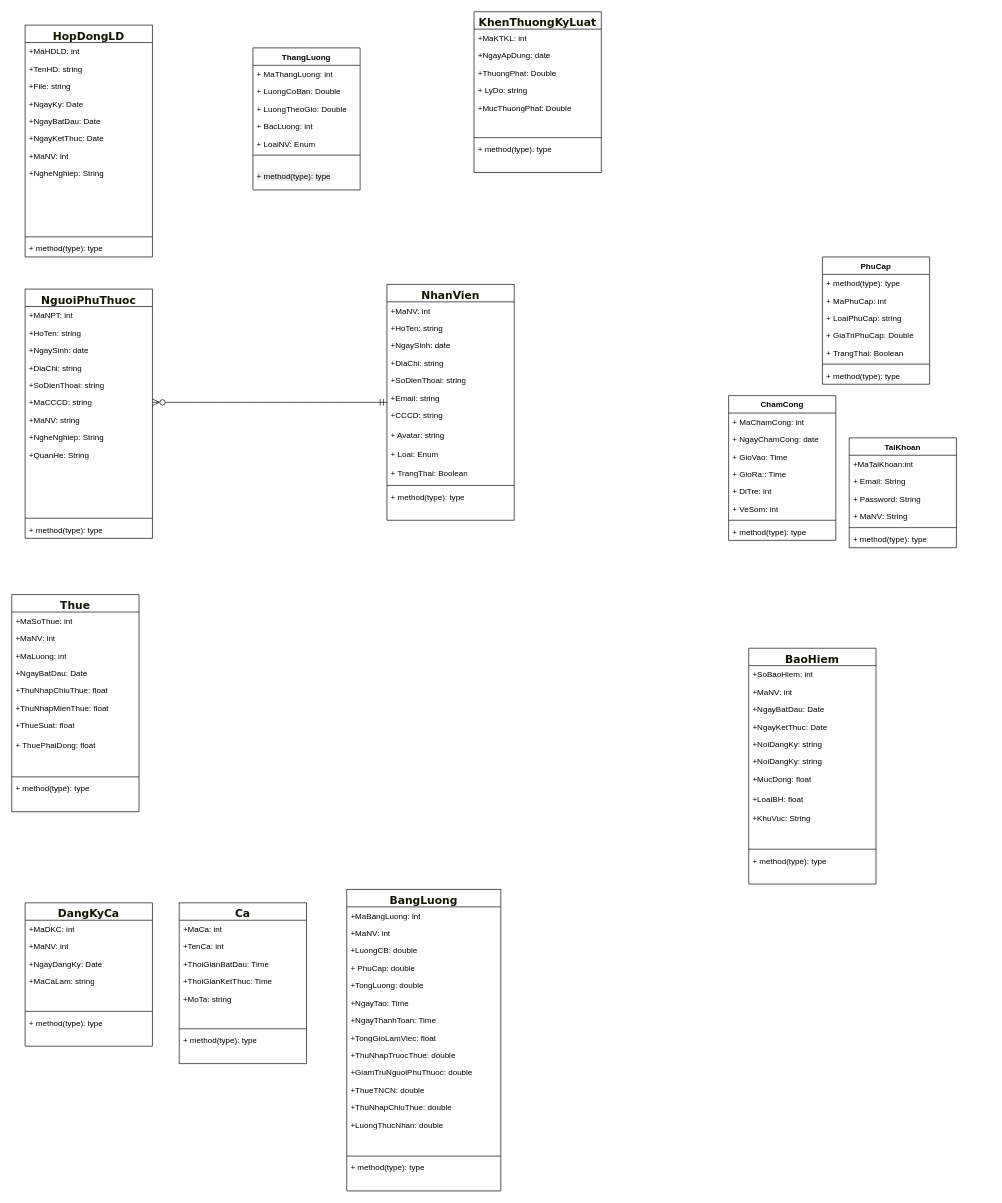
This is Biểu đồ không có tiêu đề.drawio from NguyenMint/LVTN, a draw.io file, before an edit. Source tidied: cells renumbered, new cells numbered last; positions are measured from the earlier drawing's top-left corner, leaving out a move shared by most shapes. Both pictures are drawn from the tidied source at 67%, with x=0, y=0 at pixel (11, 11).
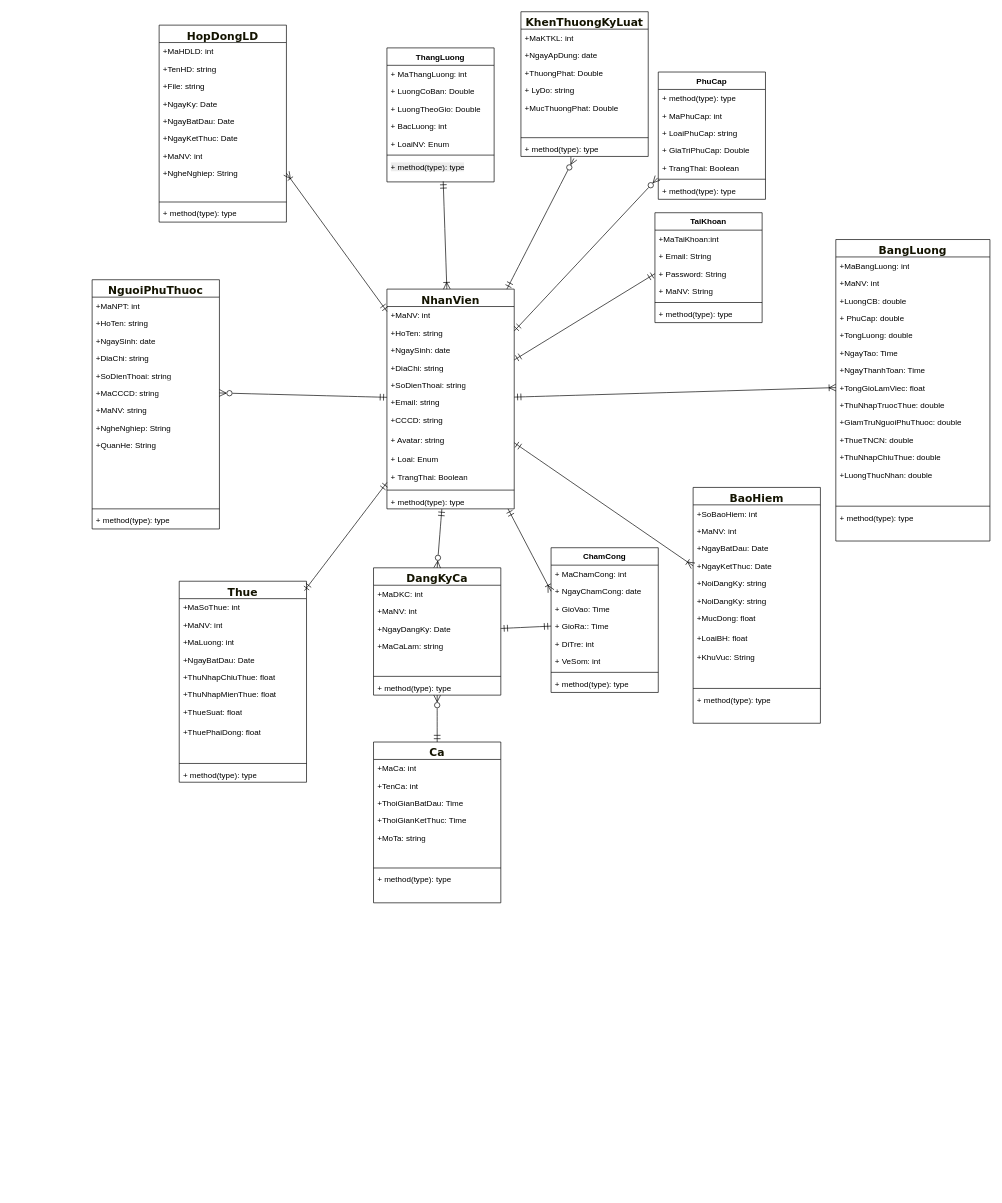
The same diagram, later.

Commit message (it also covers changes not shown here):
Cập nhật Biểu đồ không có tiêu đề.drawio

Unchanged cells that the change refers to:
```xml
<mxCell id="40" value="+NgheNghiep: String" style="text;strokeColor=none;fillColor=none;align=left;verticalAlign=top;spacingLeft=4;spacingRight=4;overflow=hidden;points=[[0,0.5],[1,0.5]];portConstraint=eastwest;whiteSpace=wrap;html=1;" parent="32" vertex="1">
  <mxGeometry y="208" width="190" height="26" as="geometry" />
</mxCell>
<mxCell id="54" value="+ method(type): type" style="text;strokeColor=none;fillColor=none;align=left;verticalAlign=top;spacingLeft=4;spacingRight=4;overflow=hidden;points=[[0,0.5],[1,0.5]];portConstraint=eastwest;whiteSpace=wrap;html=1;" parent="46" vertex="1">
  <mxGeometry y="192" width="190" height="24" as="geometry" />
</mxCell>
<mxCell id="61" value="+ TrangThai: Boolean" style="text;strokeColor=none;fillColor=none;align=left;verticalAlign=top;spacingLeft=4;spacingRight=4;overflow=hidden;points=[[0,0.5],[1,0.5]];portConstraint=eastwest;whiteSpace=wrap;html=1;" parent="56" vertex="1">
  <mxGeometry y="130" width="160" height="26" as="geometry" />
</mxCell>
<mxCell id="89" value="+NgayKetThuc: Date" style="text;strokeColor=none;fillColor=none;align=left;verticalAlign=top;spacingLeft=4;spacingRight=4;overflow=hidden;points=[[0,0.5],[1,0.5]];portConstraint=eastwest;whiteSpace=wrap;html=1;" parent="85" vertex="1">
  <mxGeometry y="104" width="190" height="26" as="geometry" />
</mxCell>
<mxCell id="126" value="+TongGioLamViec: float" style="text;strokeColor=none;fillColor=none;align=left;verticalAlign=top;spacingLeft=4;spacingRight=4;overflow=hidden;points=[[0,0.5],[1,0.5]];portConstraint=eastwest;whiteSpace=wrap;html=1;" parent="118" vertex="1">
  <mxGeometry y="208" width="230" height="26" as="geometry" />
</mxCell>
<mxCell id="138" value="+ NgayChamCong: date&lt;div&gt;&lt;br&gt;&lt;/div&gt;" style="text;strokeColor=none;fillColor=none;align=left;verticalAlign=top;spacingLeft=4;spacingRight=4;overflow=hidden;points=[[0,0.5],[1,0.5]];portConstraint=eastwest;whiteSpace=wrap;html=1;" parent="136" vertex="1">
  <mxGeometry y="52" width="160" height="26" as="geometry" />
</mxCell>
<mxCell id="140" value="+ GioRa:: Time&lt;div&gt;&lt;br&gt;&lt;/div&gt;" style="text;strokeColor=none;fillColor=none;align=left;verticalAlign=top;spacingLeft=4;spacingRight=4;overflow=hidden;points=[[0,0.5],[1,0.5]];portConstraint=eastwest;whiteSpace=wrap;html=1;" parent="136" vertex="1">
  <mxGeometry y="104" width="160" height="26" as="geometry" />
</mxCell>
<mxCell id="148" value="+ Password: String" style="text;strokeColor=none;fillColor=none;align=left;verticalAlign=top;spacingLeft=4;spacingRight=4;overflow=hidden;points=[[0,0.5],[1,0.5]];portConstraint=eastwest;whiteSpace=wrap;html=1;" parent="145" vertex="1">
  <mxGeometry y="78" width="160" height="26" as="geometry" />
</mxCell>
```

Change to the diagram source:
```diff
@@
+    <mxCell id="152" style="edgeStyle=none;curved=1;rounded=0;jettySize=auto;html=1;entryX=1;entryY=0.5;entryDx=0;entryDy=0;fontSize=12;startSize=8;endSize=8;endArrow=ERoneToMany;endFill=0;startArrow=ERmandOne;startFill=0;" parent="1" edge="1" source="3" target="40">
+      <mxGeometry relative="1" as="geometry" />
+    </mxCell>
+    <mxCell id="153" style="edgeStyle=none;curved=1;rounded=0;jettySize=auto;html=1;entryX=0;entryY=0.5;entryDx=0;entryDy=0;fontSize=12;startSize=8;endSize=8;endArrow=ERmandOne;endFill=0;startArrow=ERmandOne;startFill=0;" parent="1" edge="1" source="3" target="148">
+      <mxGeometry relative="1" as="geometry" />
+    </mxCell>
+    <mxCell id="154" style="edgeStyle=none;curved=1;rounded=0;jettySize=auto;html=1;entryX=0;entryY=0.5;entryDx=0;entryDy=0;fontSize=12;startSize=8;endSize=8;endArrow=ERoneToMany;endFill=0;startArrow=ERmandOne;startFill=0;" parent="1" edge="1" source="3" target="138">
+      <mxGeometry relative="1" as="geometry" />
+    </mxCell>
+    <mxCell id="155" style="edgeStyle=none;curved=1;rounded=0;jettySize=auto;html=1;entryX=0;entryY=0.5;entryDx=0;entryDy=0;fontSize=12;startSize=8;endSize=8;endArrow=ERoneToMany;endFill=0;startArrow=ERmandOne;startFill=0;" parent="1" edge="1" source="3" target="89">
+      <mxGeometry relative="1" as="geometry" />
+    </mxCell>
     <mxCell id="3" value="&lt;span style=&quot;color: rgb(19, 19, 0); font-family: &amp;quot;trebuchet ms&amp;quot;, verdana, arial, sans-serif; font-size: 16px; text-wrap-mode: nowrap;&quot;&gt;NhanVien&lt;/span&gt;" style="swimlane;fontStyle=1;align=center;verticalAlign=top;horizontal=1;startSize=26;whiteSpace=wrap;html=1;swimlaneLine=1;" parent="1" vertex="1">
-      <mxGeometry x="560" y="407" width="190" height="352" as="geometry" />
+      <mxGeometry x="560" y="414" width="190" height="328" as="geometry" />
     </mxCell>
@@
-    <mxCell id="16" style="text;strokeColor=none;fillColor=none;align=left;verticalAlign=top;spacingLeft=4;spacingRight=4;overflow=hidden;whiteSpace=wrap;html=1;" parent="3" vertex="1">
-      <mxGeometry y="328" width="190" height="24" as="geometry" />
-    </mxCell>
     <mxCell id="17" value="&lt;span style=&quot;color: rgb(19, 19, 0); font-family: &amp;quot;trebuchet ms&amp;quot;, verdana, arial, sans-serif; font-size: 16px; text-wrap-mode: nowrap;&quot;&gt;NguoiPhuThuoc&lt;/span&gt;" style="swimlane;fontStyle=1;align=center;verticalAlign=top;horizontal=1;startSize=26;whiteSpace=wrap;html=1;" parent="1" vertex="1">
-      <mxGeometry x="20" y="414" width="190" height="372" as="geometry" />
+      <mxGeometry x="120" y="400" width="190" height="372" as="geometry" />
     </mxCell>
@@
     <mxCell id="32" value="&lt;span style=&quot;color: rgb(19, 19, 0); font-family: &amp;quot;trebuchet ms&amp;quot;, verdana, arial, sans-serif; font-size: 16px; text-wrap-mode: nowrap;&quot;&gt;HopDongLD&lt;/span&gt;" style="swimlane;fontStyle=1;align=center;verticalAlign=top;horizontal=1;startSize=26;whiteSpace=wrap;html=1;" parent="1" vertex="1">
-      <mxGeometry x="20" y="20" width="190" height="346" as="geometry" />
+      <mxGeometry x="220" y="20" width="190" height="294" as="geometry" />
     </mxCell>
@@
-    <mxCell id="41" style="text;strokeColor=none;fillColor=none;align=left;verticalAlign=top;spacingLeft=4;spacingRight=4;overflow=hidden;whiteSpace=wrap;html=1;" parent="32" vertex="1">
-      <mxGeometry y="234" width="190" height="26" as="geometry" />
-    </mxCell>
-    <mxCell id="42" style="text;strokeColor=none;fillColor=none;align=left;verticalAlign=top;spacingLeft=4;spacingRight=4;overflow=hidden;whiteSpace=wrap;html=1;" parent="32" vertex="1">
-      <mxGeometry y="260" width="190" height="26" as="geometry" />
-    </mxCell>
     <mxCell id="43" style="text;strokeColor=none;fillColor=none;align=left;verticalAlign=top;spacingLeft=4;spacingRight=4;overflow=hidden;whiteSpace=wrap;html=1;" parent="32" vertex="1">
-      <mxGeometry y="286" width="190" height="26" as="geometry" />
+      <mxGeometry y="234" width="190" height="26" as="geometry" />
     </mxCell>
     <mxCell id="44" style="line;strokeWidth=1;fillColor=none;align=left;verticalAlign=middle;spacingTop=-1;spacingLeft=3;spacingRight=3;labelPosition=right;strokeColor=inherit;" parent="32" vertex="1">
-      <mxGeometry y="312" width="190" height="8" as="geometry" />
+      <mxGeometry y="260" width="190" height="8" as="geometry" />
     </mxCell>
     <mxCell id="45" value="+ method(type): type" style="text;strokeColor=none;fillColor=none;align=left;verticalAlign=top;spacingLeft=4;spacingRight=4;overflow=hidden;whiteSpace=wrap;html=1;" parent="32" vertex="1">
-      <mxGeometry y="320" width="190" height="26" as="geometry" />
+      <mxGeometry y="268" width="190" height="26" as="geometry" />
     </mxCell>
     <mxCell id="46" value="&lt;font face=&quot;trebuchet ms, verdana, arial, sans-serif&quot; color=&quot;#131300&quot;&gt;&lt;span style=&quot;font-size: 16px; text-wrap-mode: nowrap;&quot;&gt;KhenThuongKyLuat&lt;/span&gt;&lt;/font&gt;" style="swimlane;fontStyle=1;align=center;verticalAlign=top;horizontal=1;startSize=26;whiteSpace=wrap;html=1;" parent="1" vertex="1">
-      <mxGeometry x="690" width="190" height="240" as="geometry" />
+      <mxGeometry x="760" width="190" height="216" as="geometry" />
     </mxCell>
@@
-    <mxCell id="55" style="text;strokeColor=none;fillColor=none;align=left;verticalAlign=top;spacingLeft=4;spacingRight=4;overflow=hidden;whiteSpace=wrap;html=1;" parent="46" vertex="1">
-      <mxGeometry y="216" width="190" height="24" as="geometry" />
-    </mxCell>
     <mxCell id="56" value="PhuCap" style="swimlane;fontStyle=1;align=center;verticalAlign=top;horizontal=1;startSize=26;whiteSpace=wrap;html=1;" parent="1" vertex="1">
-      <mxGeometry x="1210" y="366" width="160" height="190" as="geometry" />
+      <mxGeometry x="965" y="90" width="160" height="190" as="geometry" />
     </mxCell>
@@
     <mxCell id="64" value="ThangLuong" style="swimlane;fontStyle=1;align=center;verticalAlign=top;horizontal=1;startSize=26;whiteSpace=wrap;html=1;" parent="1" vertex="1">
-      <mxGeometry x="360" y="54" width="160" height="212" as="geometry" />
+      <mxGeometry x="560" y="54" width="160" height="200" as="geometry" />
     </mxCell>
@@
-    <mxCell id="71" value="&#10;&lt;span style=&quot;color: rgb(0, 0, 0); font-family: Helvetica; font-size: 12px; font-style: normal; font-variant-ligatures: normal; font-variant-caps: normal; font-weight: 400; letter-spacing: normal; orphans: 2; text-align: left; text-indent: 0px; text-transform: none; widows: 2; word-spacing: 0px; -webkit-text-stroke-width: 0px; white-space: normal; background-color: rgb(236, 236, 236); text-decoration-thickness: initial; text-decoration-style: initial; text-decoration-color: initial; display: inline !important; float: none;&quot;&gt;+ method(type): type&lt;/span&gt;&#10;&#10;" style="text;strokeColor=none;fillColor=none;align=left;verticalAlign=top;spacingLeft=4;spacingRight=4;overflow=hidden;points=[[0,0.5],[1,0.5]];portConstraint=eastwest;whiteSpace=wrap;html=1;" parent="64" vertex="1">
-      <mxGeometry y="164" width="160" height="48" as="geometry" />
+    <mxCell id="71" value="&lt;span style=&quot;color: rgb(0, 0, 0); font-family: Helvetica; font-size: 12px; font-style: normal; font-variant-ligatures: normal; font-variant-caps: normal; font-weight: 400; letter-spacing: normal; orphans: 2; text-align: left; text-indent: 0px; text-transform: none; widows: 2; word-spacing: 0px; -webkit-text-stroke-width: 0px; white-space: normal; background-color: rgb(236, 236, 236); text-decoration-thickness: initial; text-decoration-style: initial; text-decoration-color: initial; float: none; display: inline !important;&quot;&gt;+ method(type): type&lt;/span&gt;" style="text;strokeColor=none;fillColor=none;align=left;verticalAlign=top;spacingLeft=4;spacingRight=4;overflow=hidden;points=[[0,0.5],[1,0.5]];portConstraint=eastwest;whiteSpace=wrap;html=1;" parent="64" vertex="1">
+      <mxGeometry y="164" width="160" height="36" as="geometry" />
     </mxCell>
     <mxCell id="72" value="&lt;span style=&quot;color: rgb(19, 19, 0); font-family: &amp;quot;trebuchet ms&amp;quot;, verdana, arial, sans-serif; font-size: 16px; text-wrap-mode: nowrap;&quot;&gt;Thue&lt;/span&gt;" style="swimlane;fontStyle=1;align=center;verticalAlign=top;horizontal=1;startSize=26;whiteSpace=wrap;html=1;" parent="1" vertex="1">
-      <mxGeometry y="870" width="190" height="324" as="geometry" />
+      <mxGeometry x="250" y="850" width="190" height="300" as="geometry" />
     </mxCell>
@@
-    <mxCell id="80" value="+ ThuePhaiDong: float" style="text;strokeColor=none;fillColor=none;align=left;verticalAlign=top;spacingLeft=4;spacingRight=4;overflow=hidden;whiteSpace=wrap;html=1;" parent="72" vertex="1">
+    <mxCell id="80" value="+ThuePhaiDong: float" style="text;strokeColor=none;fillColor=none;align=left;verticalAlign=top;spacingLeft=4;spacingRight=4;overflow=hidden;whiteSpace=wrap;html=1;" parent="72" vertex="1">
       <mxGeometry y="212" width="190" height="28" as="geometry" />
     </mxCell>
@@
-    <mxCell id="84" style="text;strokeColor=none;fillColor=none;align=left;verticalAlign=top;spacingLeft=4;spacingRight=4;overflow=hidden;whiteSpace=wrap;html=1;" parent="72" vertex="1">
-      <mxGeometry y="300" width="190" height="24" as="geometry" />
-    </mxCell>
     <mxCell id="85" value="&lt;span style=&quot;color: rgb(19, 19, 0); font-family: &amp;quot;trebuchet ms&amp;quot;, verdana, arial, sans-serif; font-size: 16px; text-wrap-mode: nowrap;&quot;&gt;BaoHiem&lt;/span&gt;" style="swimlane;fontStyle=1;align=center;verticalAlign=top;horizontal=1;startSize=26;whiteSpace=wrap;html=1;" parent="1" vertex="1">
-      <mxGeometry x="1100" y="950" width="190" height="352" as="geometry" />
+      <mxGeometry x="1017" y="710" width="190" height="352" as="geometry" />
     </mxCell>
@@
+    <mxCell id="156" style="edgeStyle=none;curved=1;rounded=0;jettySize=auto;html=1;entryX=0.5;entryY=0;entryDx=0;entryDy=0;fontSize=12;startSize=8;endSize=8;endArrow=ERmandOne;endFill=0;startArrow=ERzeroToMany;startFill=0;" parent="1" edge="1" source="99" target="108">
+      <mxGeometry relative="1" as="geometry" />
+    </mxCell>
+    <mxCell id="157" style="edgeStyle=none;curved=1;rounded=0;jettySize=auto;html=1;entryX=0;entryY=0.5;entryDx=0;entryDy=0;fontSize=12;startSize=8;endSize=8;endArrow=ERmandOne;endFill=0;startArrow=ERmandOne;startFill=0;" parent="1" edge="1" source="99" target="140">
+      <mxGeometry relative="1" as="geometry" />
+    </mxCell>
     <mxCell id="99" value="&lt;span style=&quot;color: rgb(19, 19, 0); font-family: &amp;quot;trebuchet ms&amp;quot;, verdana, arial, sans-serif; font-size: 16px; text-wrap-mode: nowrap;&quot;&gt;DangKyCa&lt;/span&gt;&lt;div&gt;&lt;span style=&quot;color: rgb(19, 19, 0); font-family: &amp;quot;trebuchet ms&amp;quot;, verdana, arial, sans-serif; font-size: 16px; text-wrap-mode: nowrap;&quot;&gt;&lt;br&gt;&lt;/span&gt;&lt;/div&gt;" style="swimlane;fontStyle=1;align=center;verticalAlign=top;horizontal=1;startSize=26;whiteSpace=wrap;html=1;" parent="1" vertex="1">
-      <mxGeometry x="20" y="1330" width="190" height="214" as="geometry" />
+      <mxGeometry x="540" y="830" width="190" height="190" as="geometry" />
     </mxCell>
@@
-    <mxCell id="107" style="text;strokeColor=none;fillColor=none;align=left;verticalAlign=top;spacingLeft=4;spacingRight=4;overflow=hidden;whiteSpace=wrap;html=1;" parent="99" vertex="1">
-      <mxGeometry y="190" width="190" height="24" as="geometry" />
-    </mxCell>
     <mxCell id="108" value="&lt;div&gt;&lt;span style=&quot;color: rgb(19, 19, 0); font-family: &amp;quot;trebuchet ms&amp;quot;, verdana, arial, sans-serif; font-size: 16px; text-wrap-mode: nowrap;&quot;&gt;Ca&lt;/span&gt;&lt;/div&gt;" style="swimlane;fontStyle=1;align=center;verticalAlign=top;horizontal=1;startSize=26;whiteSpace=wrap;html=1;" parent="1" vertex="1">
-      <mxGeometry x="250" y="1330" width="190" height="240" as="geometry" />
+      <mxGeometry x="540" y="1090" width="190" height="240" as="geometry" />
     </mxCell>
@@
     <mxCell id="118" value="&lt;div&gt;&lt;span style=&quot;color: rgb(19, 19, 0); font-family: &amp;quot;trebuchet ms&amp;quot;, verdana, arial, sans-serif; font-size: 16px; text-wrap-mode: nowrap;&quot;&gt;BangLuong&lt;/span&gt;&lt;/div&gt;&lt;div&gt;&lt;span style=&quot;color: rgb(19, 19, 0); font-family: &amp;quot;trebuchet ms&amp;quot;, verdana, arial, sans-serif; font-size: 16px; text-wrap-mode: nowrap;&quot;&gt;&lt;br&gt;&lt;/span&gt;&lt;/div&gt;" style="swimlane;fontStyle=1;align=center;verticalAlign=top;horizontal=1;startSize=26;whiteSpace=wrap;html=1;" parent="1" vertex="1">
-      <mxGeometry x="500" y="1310" width="230" height="450" as="geometry" />
+      <mxGeometry x="1230" y="340" width="230" height="450" as="geometry" />
     </mxCell>
@@
     <mxCell id="136" value="ChamCong" style="swimlane;fontStyle=1;align=center;verticalAlign=top;horizontal=1;startSize=26;whiteSpace=wrap;html=1;" parent="1" vertex="1">
-      <mxGeometry x="1070" y="573" width="160" height="216" as="geometry" />
+      <mxGeometry x="805" y="800" width="160" height="216" as="geometry" />
     </mxCell>
@@
     <mxCell id="145" value="TaiKhoan" style="swimlane;fontStyle=1;align=center;verticalAlign=top;horizontal=1;startSize=26;whiteSpace=wrap;html=1;" parent="1" vertex="1">
-      <mxGeometry x="1250" y="636" width="160" height="164" as="geometry" />
+      <mxGeometry x="960" y="300" width="160" height="164" as="geometry" />
     </mxCell>
@@
+    <mxCell id="158" style="edgeStyle=none;curved=1;rounded=0;jettySize=auto;html=1;entryX=0.525;entryY=0.979;entryDx=0;entryDy=0;entryPerimeter=0;fontSize=12;startSize=8;endSize=8;endArrow=ERmandOne;endFill=0;startArrow=ERoneToMany;startFill=0;" parent="1" edge="1" source="3" target="71">
+      <mxGeometry relative="1" as="geometry" />
+    </mxCell>
+    <mxCell id="159" style="edgeStyle=none;curved=1;rounded=0;jettySize=auto;html=1;entryX=0.416;entryY=1.125;entryDx=0;entryDy=0;entryPerimeter=0;fontSize=12;startSize=8;endSize=8;endArrow=ERzeroToMany;endFill=0;startArrow=ERmandOne;startFill=0;" parent="1" edge="1" source="3" target="54">
+      <mxGeometry relative="1" as="geometry" />
+    </mxCell>
+    <mxCell id="160" style="edgeStyle=none;curved=1;rounded=0;jettySize=auto;html=1;entryX=-0.006;entryY=1.077;entryDx=0;entryDy=0;entryPerimeter=0;fontSize=12;startSize=8;endSize=8;endArrow=ERzeroToMany;endFill=0;startArrow=ERmandOne;startFill=0;" parent="1" edge="1" source="3" target="61">
+      <mxGeometry relative="1" as="geometry" />
+    </mxCell>
+    <mxCell id="161" style="edgeStyle=none;curved=1;rounded=0;jettySize=auto;html=1;entryX=0;entryY=0.5;entryDx=0;entryDy=0;fontSize=12;startSize=8;endSize=8;endArrow=ERoneToMany;endFill=0;startArrow=ERmandOne;startFill=0;" parent="1" edge="1" source="3" target="126">
+      <mxGeometry relative="1" as="geometry" />
+    </mxCell>
+    <mxCell id="162" style="edgeStyle=none;curved=1;rounded=0;jettySize=auto;html=1;entryX=0.5;entryY=0;entryDx=0;entryDy=0;fontSize=12;startSize=8;endSize=8;endArrow=ERzeroToMany;endFill=0;startArrow=ERmandOne;startFill=0;" parent="1" edge="1" source="3" target="99">
+      <mxGeometry relative="1" as="geometry" />
+    </mxCell>
+    <mxCell id="163" style="edgeStyle=none;curved=1;rounded=0;jettySize=auto;html=1;entryX=0.984;entryY=0.047;entryDx=0;entryDy=0;entryPerimeter=0;fontSize=12;startSize=8;endSize=8;endArrow=ERmandOne;endFill=0;startArrow=ERmandOne;startFill=0;" parent="1" edge="1" source="3" target="72">
+      <mxGeometry relative="1" as="geometry" />
+    </mxCell>
```
